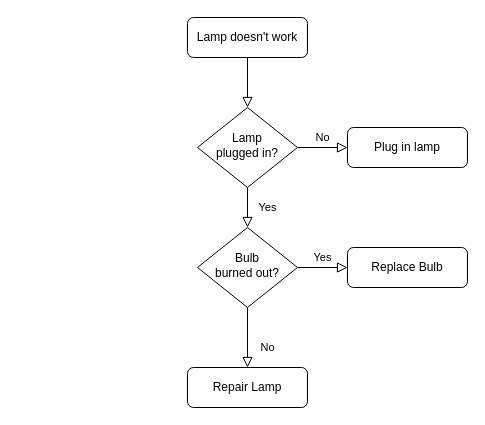
Above: Untitled Diagram.drawio in dkarthus/wolfi (draw.io), before the change. Source tidied: cells renumbered, new cells numbered last; positions are measured from the earlier drawing's top-left corner, leaving out a move shared by most shapes. Both pictures are drawn from the tidied source at 100%, with x=0, y=0 at pixel (187, 17).
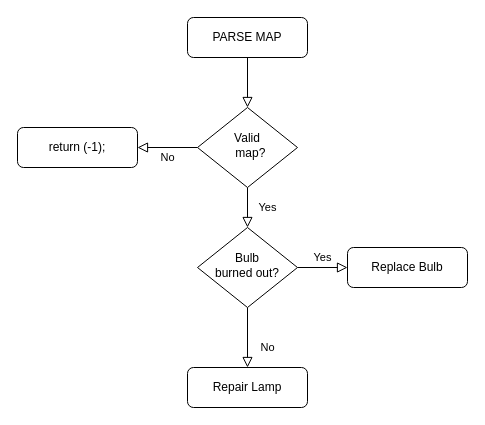
Above is the later version.

Change to the diagram source:
```diff
@@
 <mxGraphModel>
   <root>
     <mxCell id="0" />
     <mxCell id="1" parent="0" />
     <mxCell id="2" style="rounded=0;html=1;jettySize=auto;fontSize=11;endArrow=block;endFill=0;endSize=8;strokeWidth=1;shadow=0;labelBackgroundColor=none;edgeStyle=orthogonalEdgeStyle;" parent="1" edge="1" source="3" target="6">
       <mxGeometry relative="1" as="geometry" />
     </mxCell>
-    <mxCell id="3" value="Lamp doesn't work" style="rounded=1;whiteSpace=wrap;html=1;fontSize=12;glass=0;strokeWidth=1;shadow=0;" parent="1" vertex="1">
+    <mxCell id="3" value="PARSE MAP" style="rounded=1;whiteSpace=wrap;html=1;fontSize=12;glass=0;strokeWidth=1;shadow=0;" parent="1" vertex="1">
       <mxGeometry width="120" height="40" as="geometry" />
     </mxCell>
     <mxCell id="4" value="Yes" style="rounded=0;html=1;jettySize=auto;fontSize=11;endArrow=block;endFill=0;endSize=8;strokeWidth=1;shadow=0;labelBackgroundColor=none;edgeStyle=orthogonalEdgeStyle;" parent="1" edge="1" source="6" target="10">
       <mxGeometry y="20" relative="1" as="geometry" />
     </mxCell>
     <mxCell id="5" value="No" style="edgeStyle=orthogonalEdgeStyle;rounded=0;html=1;jettySize=auto;fontSize=11;endArrow=block;endFill=0;endSize=8;strokeWidth=1;shadow=0;labelBackgroundColor=none;" parent="1" edge="1" source="6" target="7">
       <mxGeometry y="10" relative="1" as="geometry" />
     </mxCell>
-    <mxCell id="6" value="Lamp&lt;br&gt;plugged in?" style="rhombus;whiteSpace=wrap;html=1;shadow=0;fontFamily=Helvetica;fontSize=12;align=center;strokeWidth=1;spacing=6;spacingTop=-4;" parent="1" vertex="1">
+    <mxCell id="6" value="Valid&lt;br&gt;&amp;nbsp; map?" style="rhombus;whiteSpace=wrap;html=1;shadow=0;fontFamily=Helvetica;fontSize=12;align=center;strokeWidth=1;spacing=6;spacingTop=-4;" parent="1" vertex="1">
       <mxGeometry x="10" y="90" width="100" height="80" as="geometry" />
     </mxCell>
-    <mxCell id="7" value="Plug in lamp" style="rounded=1;whiteSpace=wrap;html=1;fontSize=12;glass=0;strokeWidth=1;shadow=0;" parent="1" vertex="1">
-      <mxGeometry x="160" y="110" width="120" height="40" as="geometry" />
+    <mxCell id="7" value="return (-1);" style="rounded=1;whiteSpace=wrap;html=1;fontSize=12;glass=0;strokeWidth=1;shadow=0;" parent="1" vertex="1">
+      <mxGeometry x="-170" y="110" width="120" height="40" as="geometry" />
     </mxCell>
     <mxCell id="8" value="No" style="rounded=0;html=1;jettySize=auto;fontSize=11;endArrow=block;endFill=0;endSize=8;strokeWidth=1;shadow=0;labelBackgroundColor=none;edgeStyle=orthogonalEdgeStyle;" parent="1" edge="1" source="10" target="11">
       <mxGeometry x="0.33" y="20" relative="1" as="geometry" />
     </mxCell>
     <mxCell id="9" value="Yes" style="edgeStyle=orthogonalEdgeStyle;rounded=0;html=1;jettySize=auto;fontSize=11;endArrow=block;endFill=0;endSize=8;strokeWidth=1;shadow=0;labelBackgroundColor=none;" parent="1" edge="1" source="10" target="12">
       <mxGeometry y="10" relative="1" as="geometry" />
     </mxCell>
     <mxCell id="10" value="Bulb&lt;br&gt;burned out?" style="rhombus;whiteSpace=wrap;html=1;shadow=0;fontFamily=Helvetica;fontSize=12;align=center;strokeWidth=1;spacing=6;spacingTop=-4;" parent="1" vertex="1">
       <mxGeometry x="10" y="210" width="100" height="80" as="geometry" />
     </mxCell>
     <mxCell id="11" value="Repair Lamp" style="rounded=1;whiteSpace=wrap;html=1;fontSize=12;glass=0;strokeWidth=1;shadow=0;" parent="1" vertex="1">
       <mxGeometry y="350" width="120" height="40" as="geometry" />
     </mxCell>
     <mxCell id="12" value="Replace Bulb" style="rounded=1;whiteSpace=wrap;html=1;fontSize=12;glass=0;strokeWidth=1;shadow=0;" parent="1" vertex="1">
       <mxGeometry x="160" y="230" width="120" height="40" as="geometry" />
     </mxCell>
   </root>
 </mxGraphModel>
```
